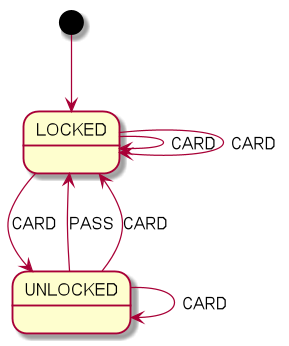
This is secure_turnstile.png from open-jumpco/kfsm-viz, a PlantUML export, as it was before one commit.
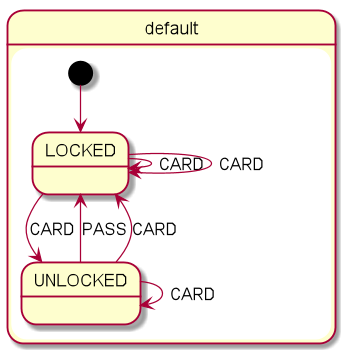
After the change.

Change to the diagram source:
```diff
@@ -1,9 +1,11 @@
 @startuml
-[*] --> LOCKED
-LOCKED --> LOCKED : CARD
-UNLOCKED --> UNLOCKED : CARD
-UNLOCKED --> LOCKED : PASS
-LOCKED --> LOCKED : CARD
-LOCKED --> UNLOCKED : CARD
-UNLOCKED --> LOCKED : CARD
+state default {
+  [*] --> LOCKED
+  LOCKED --> LOCKED : CARD
+  UNLOCKED --> UNLOCKED : CARD
+  UNLOCKED --> LOCKED : PASS
+  LOCKED --> LOCKED : CARD
+  LOCKED --> UNLOCKED : CARD
+  UNLOCKED --> LOCKED : CARD
+}
 @enduml
```
